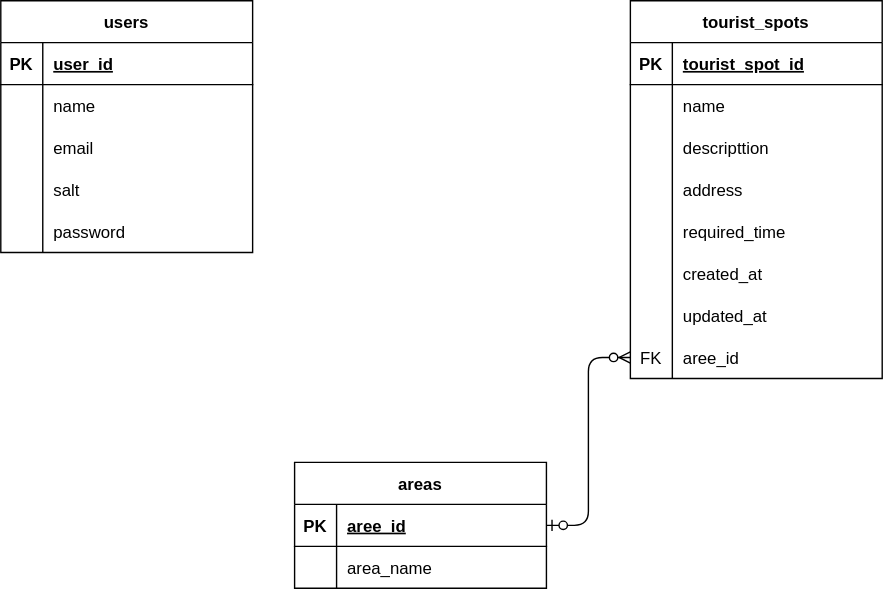
Earlier version of the draw.io export docs/db-schema.drawio.svg (BTC6-Team3/greenfield-project). Source tidied: cells renumbered, new cells last; positions are measured from the earlier drawing's top-left corner, leaving out a move shared by most shapes.
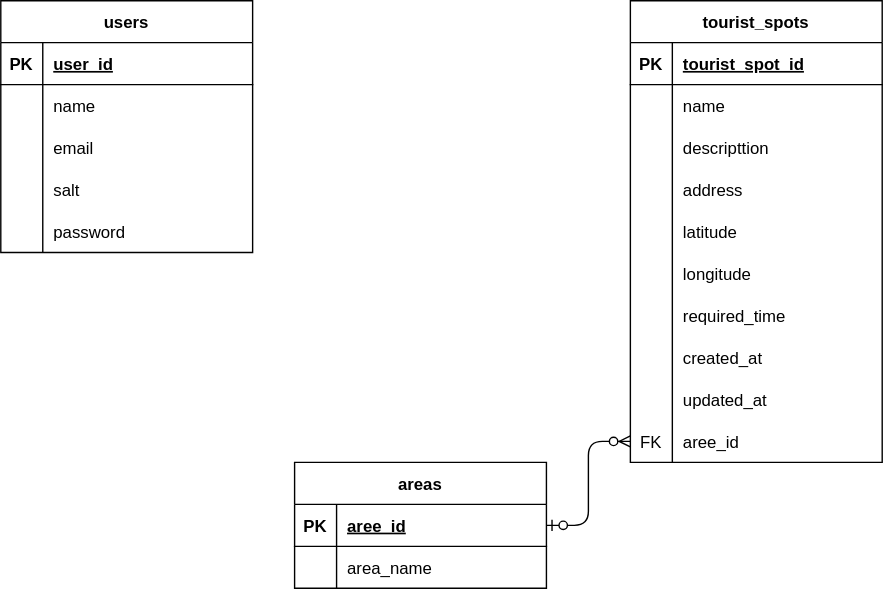
After the commit.

What changed in the source:
```diff
@@ -51,7 +51,7 @@
       <mxGeometry x="30" width="150" height="30" as="geometry" />
     </mxCell>
     <mxCell id="18" value="tourist_spots" style="shape=table;startSize=30;rowLines=0;fontStyle=1;align=center;" parent="1" vertex="1">
-      <mxGeometry x="450" width="180" height="270" as="geometry" />
+      <mxGeometry x="450" width="180" height="330" as="geometry" />
     </mxCell>
     <mxCell id="19" style="shape=tableRow;horizontal=0;startSize=0;swimlaneHead=0;swimlaneBody=0;fillColor=none;top=0;left=0;right=0;bottom=1;" parent="18" vertex="1">
       <mxGeometry y="30" width="180" height="30" as="geometry" />
@@ -89,8 +89,26 @@
     <mxCell id="30" value="address" style="shape=partialRectangle;fillColor=none;top=0;left=0;bottom=0;right=0;align=left;spacingLeft=6;overflow=hidden;" parent="28" vertex="1">
       <mxGeometry x="30" width="150" height="30" as="geometry" />
     </mxCell>
+    <mxCell id="51" style="shape=tableRow;horizontal=0;startSize=0;swimlaneHead=0;swimlaneBody=0;fillColor=none;top=0;left=0;right=0;bottom=0;" parent="18" vertex="1">
+      <mxGeometry y="150" width="180" height="30" as="geometry" />
+    </mxCell>
+    <mxCell id="52" style="shape=partialRectangle;fillColor=none;top=0;left=0;bottom=0;right=0;overflow=hidden;" parent="51" vertex="1">
+      <mxGeometry width="30" height="30" as="geometry" />
+    </mxCell>
+    <mxCell id="53" value="latitude" style="shape=partialRectangle;fillColor=none;top=0;left=0;bottom=0;right=0;align=left;spacingLeft=6;overflow=hidden;" parent="51" vertex="1">
+      <mxGeometry x="30" width="150" height="30" as="geometry" />
+    </mxCell>
+    <mxCell id="54" style="shape=tableRow;horizontal=0;startSize=0;swimlaneHead=0;swimlaneBody=0;fillColor=none;top=0;left=0;right=0;bottom=0;" parent="18" vertex="1">
+      <mxGeometry y="180" width="180" height="30" as="geometry" />
+    </mxCell>
+    <mxCell id="55" style="shape=partialRectangle;fillColor=none;top=0;left=0;bottom=0;right=0;overflow=hidden;" parent="54" vertex="1">
+      <mxGeometry width="30" height="30" as="geometry" />
+    </mxCell>
+    <mxCell id="56" value="longitude" style="shape=partialRectangle;fillColor=none;top=0;left=0;bottom=0;right=0;align=left;spacingLeft=6;overflow=hidden;" parent="54" vertex="1">
+      <mxGeometry x="30" width="150" height="30" as="geometry" />
+    </mxCell>
     <mxCell id="31" style="shape=tableRow;horizontal=0;startSize=0;swimlaneHead=0;swimlaneBody=0;fillColor=none;top=0;left=0;right=0;bottom=0;" parent="18" vertex="1">
-      <mxGeometry y="150" width="180" height="30" as="geometry" />
+      <mxGeometry y="210" width="180" height="30" as="geometry" />
     </mxCell>
     <mxCell id="32" style="shape=partialRectangle;fillColor=none;top=0;left=0;bottom=0;right=0;overflow=hidden;" parent="31" vertex="1">
       <mxGeometry width="30" height="30" as="geometry" />
@@ -99,7 +117,7 @@
       <mxGeometry x="30" width="150" height="30" as="geometry" />
     </mxCell>
     <mxCell id="34" style="shape=tableRow;horizontal=0;startSize=0;swimlaneHead=0;swimlaneBody=0;fillColor=none;top=0;left=0;right=0;bottom=0;" parent="18" vertex="1">
-      <mxGeometry y="180" width="180" height="30" as="geometry" />
+      <mxGeometry y="240" width="180" height="30" as="geometry" />
     </mxCell>
     <mxCell id="35" style="shape=partialRectangle;fillColor=none;top=0;left=0;bottom=0;right=0;overflow=hidden;" parent="34" vertex="1">
       <mxGeometry width="30" height="30" as="geometry" />
@@ -108,7 +126,7 @@
       <mxGeometry x="30" width="150" height="30" as="geometry" />
     </mxCell>
     <mxCell id="37" style="shape=tableRow;horizontal=0;startSize=0;swimlaneHead=0;swimlaneBody=0;fillColor=none;top=0;left=0;right=0;bottom=0;" parent="18" vertex="1">
-      <mxGeometry y="210" width="180" height="30" as="geometry" />
+      <mxGeometry y="270" width="180" height="30" as="geometry" />
     </mxCell>
     <mxCell id="38" style="shape=partialRectangle;fillColor=none;top=0;left=0;bottom=0;right=0;overflow=hidden;" parent="37" vertex="1">
       <mxGeometry width="30" height="30" as="geometry" />
@@ -117,7 +135,7 @@
       <mxGeometry x="30" width="150" height="30" as="geometry" />
     </mxCell>
     <mxCell id="40" style="shape=tableRow;horizontal=0;startSize=0;swimlaneHead=0;swimlaneBody=0;fillColor=none;points=[[0,0.5],[1,0.5]];portConstraint=eastwest;top=0;left=0;right=0;bottom=0;" parent="18" vertex="1">
-      <mxGeometry y="240" width="180" height="30" as="geometry" />
+      <mxGeometry y="300" width="180" height="30" as="geometry" />
     </mxCell>
     <mxCell id="41" value="FK" style="shape=partialRectangle;fillColor=none;top=0;left=0;bottom=0;right=0;overflow=hidden;" parent="40" vertex="1">
       <mxGeometry width="30" height="30" as="geometry" />
```
